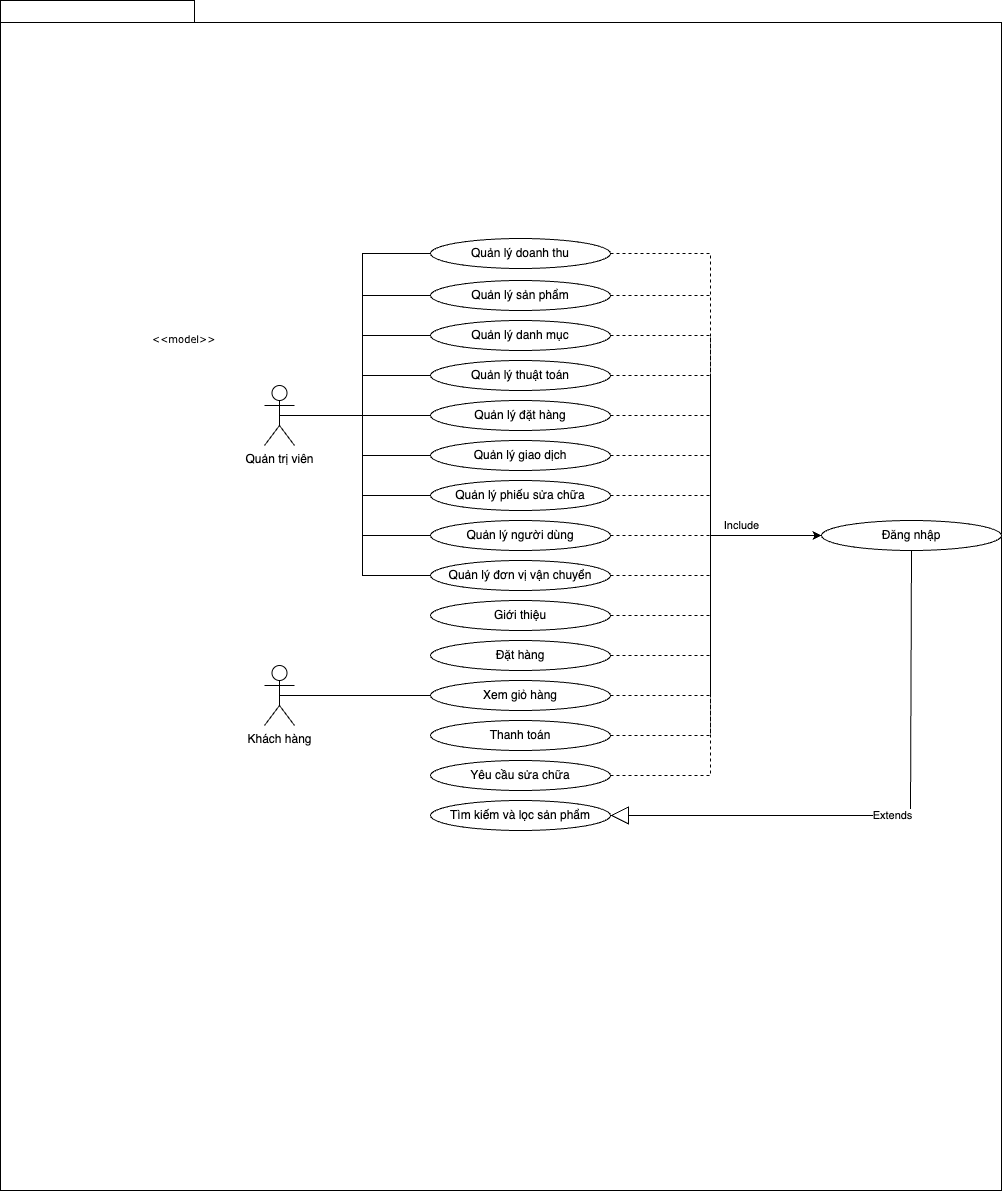
This is UCGeneral.drawio.png from lesongvi/dhelpproject, a draw.io export, as it was before one commit. Source tidied: cells renumbered, new cells last; positions are measured from the earlier drawing's top-left corner, leaving out a move shared by most shapes.
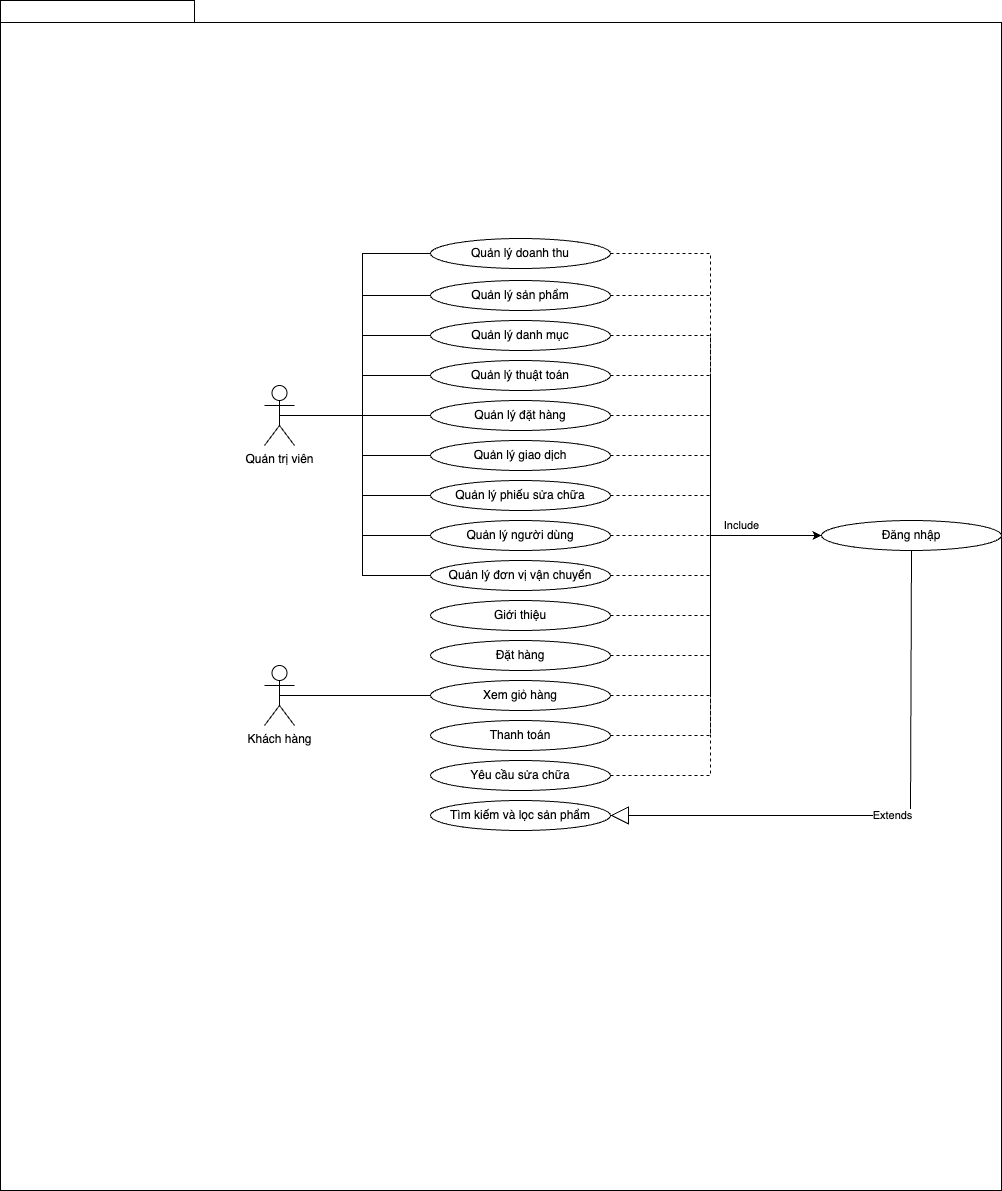
After the change.

Commit message:
Cập nhật UCGeneral.drawio.png

The edit, as a diff of the source:
```diff
@@ -5,9 +5,6 @@
     <mxCell id="2" style="shape=folder;fontStyle=1;spacingTop=10;tabWidth=194;tabHeight=22;tabPosition=left;html=1;rounded=0;shadow=0;comic=0;labelBackgroundColor=none;strokeWidth=1;fillColor=none;fontFamily=Verdana;fontSize=10;align=center;" parent="1" vertex="1">
       <mxGeometry width="1001" height="1190" as="geometry" />
     </mxCell>
-    <mxCell id="3" value="&amp;lt;&amp;lt;model&amp;gt;&amp;gt;" style="text;html=1;align=left;verticalAlign=top;spacingTop=-4;fontSize=10;fontFamily=Verdana;" parent="1" vertex="1">
-      <mxGeometry x="150" y="330" width="130" height="20" as="geometry" />
-    </mxCell>
     <mxCell id="4" value="Quản trị viên" style="shape=umlActor;verticalLabelPosition=bottom;verticalAlign=top;html=1;outlineConnect=0;" parent="1" vertex="1">
       <mxGeometry x="264" y="385" width="30" height="60" as="geometry" />
     </mxCell>
```
